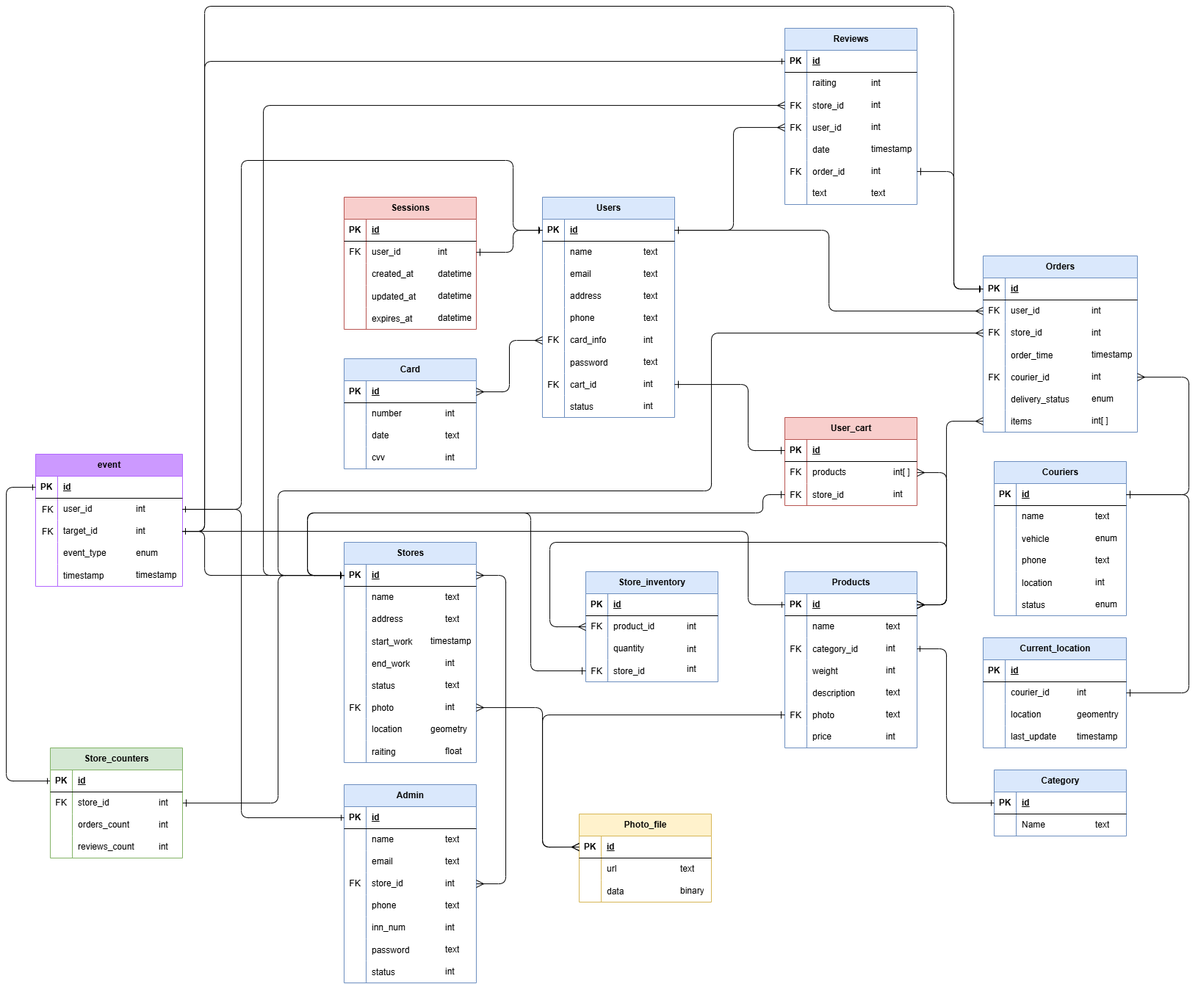
This is Логическая БД DZ5.png from Tovardas/TP_Highload_YandexEda, a draw.io export, as it was before one commit. Source tidied: cells renumbered, new cells last; positions are measured from the earlier drawing's top-left corner, leaving out a move shared by most shapes.
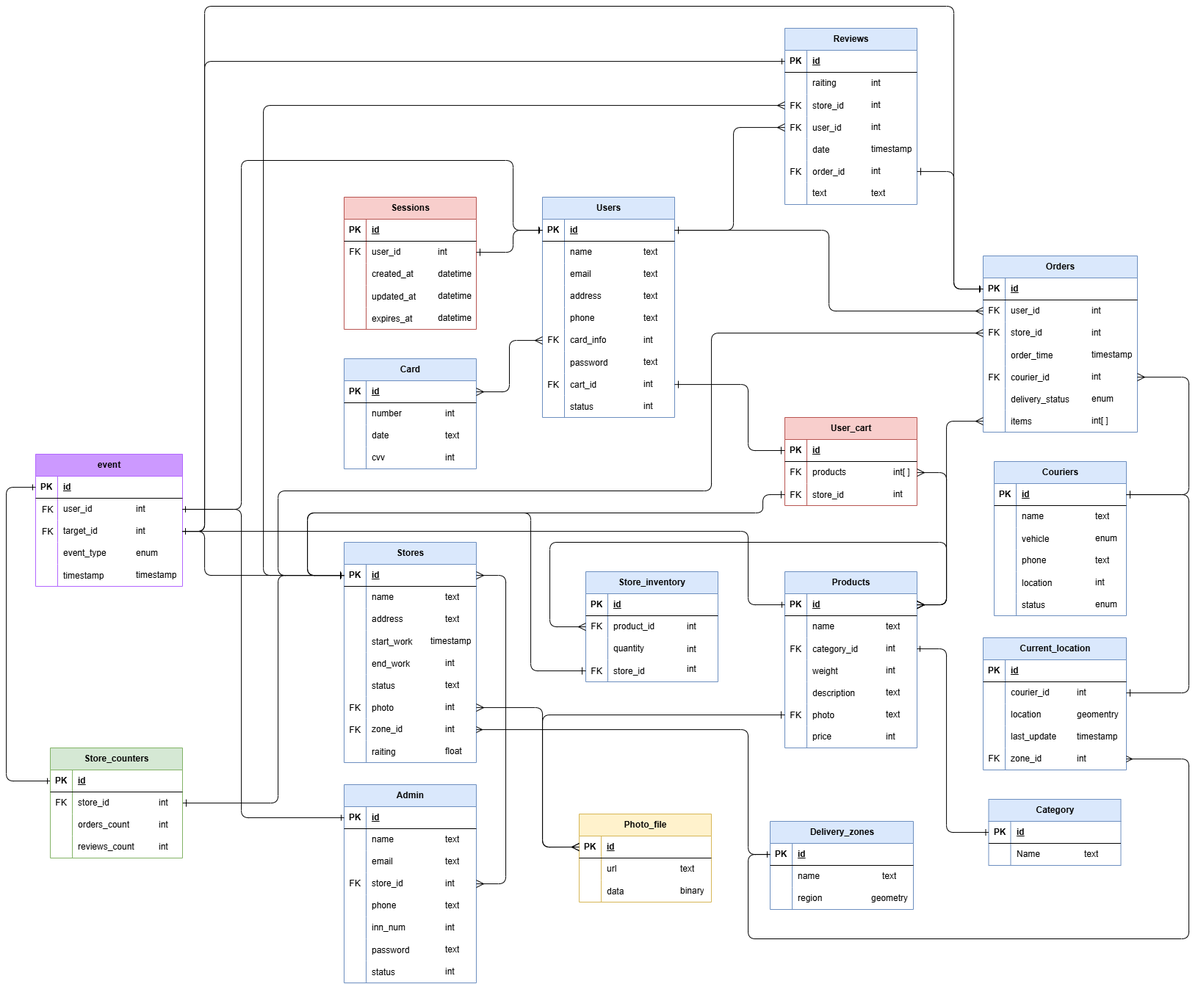
The same diagram one commit later.

The edit, as a diff of the source:
```diff
@@ -158,7 +158,7 @@
     <mxCell id="53" style="shape=partialRectangle;fillColor=none;top=0;left=0;bottom=0;right=0;fontStyle=0;overflow=hidden;whiteSpace=wrap;html=1;" parent="52" vertex="1">
       <mxGeometry width="30" height="30" as="geometry" />
     </mxCell>
-    <mxCell id="54" value="location" style="shape=partialRectangle;fillColor=none;top=0;left=0;bottom=0;right=0;align=left;spacingLeft=6;fontStyle=0;overflow=hidden;whiteSpace=wrap;html=1;" parent="52" vertex="1">
+    <mxCell id="54" value="zone_id" style="shape=partialRectangle;fillColor=none;top=0;left=0;bottom=0;right=0;align=left;spacingLeft=6;fontStyle=0;overflow=hidden;whiteSpace=wrap;html=1;" parent="52" vertex="1">
       <mxGeometry x="30" width="150" height="30" as="geometry" />
     </mxCell>
     <mxCell id="55" style="shape=tableRow;horizontal=0;startSize=0;swimlaneHead=0;swimlaneBody=0;fillColor=none;top=0;left=0;right=0;bottom=0;" parent="30" vertex="1">
@@ -610,7 +610,7 @@
       <mxGeometry relative="1" as="geometry" />
     </mxCell>
     <mxCell id="193" value="Current_location" style="shape=table;startSize=30;rowLines=0;fontStyle=1;align=center;html=1;fillColor=#dae8fc;strokeColor=#6c8ebf;" parent="1" vertex="1">
-      <mxGeometry x="1330" y="860" width="195" height="150" as="geometry" />
+      <mxGeometry x="1330" y="860" width="195" height="180" as="geometry" />
     </mxCell>
     <mxCell id="194" style="shape=tableRow;horizontal=0;startSize=0;swimlaneHead=0;swimlaneBody=0;fillColor=none;top=0;left=0;right=0;bottom=1;" parent="193" vertex="1">
       <mxGeometry y="30" width="195" height="30" as="geometry" />
@@ -648,6 +648,15 @@
     <mxCell id="205" value="last_update" style="shape=partialRectangle;fillColor=none;top=0;left=0;bottom=0;right=0;align=left;spacingLeft=6;overflow=hidden;whiteSpace=wrap;html=1;" parent="203" vertex="1">
       <mxGeometry x="30" width="165" height="30" as="geometry" />
     </mxCell>
+    <mxCell id="381" style="shape=tableRow;horizontal=0;startSize=0;swimlaneHead=0;swimlaneBody=0;fillColor=none;points=[[0,0.5],[1,0.5]];portConstraint=eastwest;top=0;left=0;right=0;bottom=0;" parent="193" vertex="1">
+      <mxGeometry y="150" width="195" height="30" as="geometry" />
+    </mxCell>
+    <mxCell id="382" value="FK" style="shape=partialRectangle;fillColor=none;top=0;left=0;bottom=0;right=0;fontStyle=0;overflow=hidden;whiteSpace=wrap;html=1;" parent="381" vertex="1">
+      <mxGeometry width="30" height="30" as="geometry" />
+    </mxCell>
+    <mxCell id="383" value="zone_id" style="shape=partialRectangle;fillColor=none;top=0;left=0;bottom=0;right=0;align=left;spacingLeft=6;fontStyle=0;overflow=hidden;whiteSpace=wrap;html=1;" parent="381" vertex="1">
+      <mxGeometry x="30" width="165" height="30" as="geometry" />
+    </mxCell>
     <mxCell id="206" value="Admin" style="shape=table;startSize=30;rowLines=0;fontStyle=1;align=center;html=1;fillColor=#dae8fc;strokeColor=#6c8ebf;" parent="1" vertex="1">
       <mxGeometry x="460" y="1060" width="180" height="270" as="geometry" />
     </mxCell>
@@ -740,7 +749,7 @@
       </mxGeometry>
     </mxCell>
     <mxCell id="233" value="Category" style="shape=table;startSize=30;rowLines=0;fontStyle=1;align=center;html=1;fillColor=#dae8fc;strokeColor=#6c8ebf;" parent="1" vertex="1">
-      <mxGeometry x="1345" y="1040" width="180" height="90" as="geometry" />
+      <mxGeometry x="1337.5" y="1080" width="180" height="90" as="geometry" />
     </mxCell>
     <mxCell id="234" style="shape=tableRow;horizontal=0;startSize=0;swimlaneHead=0;swimlaneBody=0;fillColor=none;points=[[0,0.5],[1,0.5]];portConstraint=eastwest;top=0;left=0;right=0;bottom=1;" parent="233" vertex="1">
       <mxGeometry y="30" width="180" height="30" as="geometry" />
@@ -764,7 +773,7 @@
       <mxGeometry relative="1" as="geometry">
         <Array as="points">
           <mxPoint x="1280" y="875" />
-          <mxPoint x="1280" y="1085" />
+          <mxPoint x="1280" y="1125" />
         </Array>
       </mxGeometry>
     </mxCell>
@@ -995,7 +1004,7 @@
       <mxGeometry x="1450" y="980" width="75" height="30" as="geometry" />
     </mxCell>
     <mxCell id="300" value="text" style="shape=partialRectangle;fillColor=none;top=0;left=0;bottom=0;right=0;align=left;spacingLeft=6;overflow=hidden;whiteSpace=wrap;html=1;" parent="1" vertex="1">
-      <mxGeometry x="1475" y="1100" width="50" height="30" as="geometry" />
+      <mxGeometry x="1460" y="1140" width="50" height="30" as="geometry" />
     </mxCell>
     <mxCell id="301" value="text" style="shape=partialRectangle;fillColor=none;top=0;left=0;bottom=0;right=0;align=left;spacingLeft=6;overflow=hidden;whiteSpace=wrap;html=1;" parent="1" vertex="1">
       <mxGeometry x="910" y="1160" width="40" height="30" as="geometry" />
@@ -1030,8 +1039,8 @@
     <mxCell id="311" value="text" style="shape=partialRectangle;fillColor=none;top=0;left=0;bottom=0;right=0;align=left;spacingLeft=6;overflow=hidden;whiteSpace=wrap;html=1;" parent="1" vertex="1">
       <mxGeometry x="590" y="790" width="50" height="30" as="geometry" />
     </mxCell>
-    <mxCell id="312" value="geometry" style="shape=partialRectangle;fillColor=none;top=0;left=0;bottom=0;right=0;align=left;spacingLeft=6;overflow=hidden;whiteSpace=wrap;html=1;" parent="1" vertex="1">
-      <mxGeometry x="570" y="970" width="70" height="30" as="geometry" />
+    <mxCell id="312" value="int" style="shape=partialRectangle;fillColor=none;top=0;left=0;bottom=0;right=0;align=left;spacingLeft=6;overflow=hidden;whiteSpace=wrap;html=1;" parent="1" vertex="1">
+      <mxGeometry x="590" y="970" width="50" height="30" as="geometry" />
     </mxCell>
     <mxCell id="313" value="text" style="shape=partialRectangle;fillColor=none;top=0;left=0;bottom=0;right=0;align=left;spacingLeft=6;overflow=hidden;whiteSpace=wrap;html=1;" parent="1" vertex="1">
       <mxGeometry x="860" y="320" width="50" height="30" as="geometry" />
@@ -1276,5 +1285,68 @@
         </Array>
       </mxGeometry>
     </mxCell>
+    <mxCell id="384" style="group;" parent="1" vertex="1">
+      <mxGeometry x="1040" y="1110" width="195" height="120" as="geometry" />
+    </mxCell>
+    <mxCell id="385" value="Delivery_zones" style="shape=table;startSize=30;rowLines=0;fontStyle=1;align=center;html=1;fillColor=#dae8fc;strokeColor=#6c8ebf;" parent="384" vertex="1">
+      <mxGeometry width="195" height="120" as="geometry" />
+    </mxCell>
+    <mxCell id="386" style="shape=tableRow;horizontal=0;startSize=0;swimlaneHead=0;swimlaneBody=0;fillColor=none;points=[[0,0.5],[1,0.5]];portConstraint=eastwest;top=0;left=0;right=0;bottom=1;" parent="385" vertex="1">
+      <mxGeometry y="30" width="195" height="30" as="geometry" />
+    </mxCell>
+    <mxCell id="387" value="PK" style="shape=partialRectangle;fillColor=none;top=0;left=0;bottom=0;right=0;fontStyle=1;overflow=hidden;whiteSpace=wrap;html=1;" parent="386" vertex="1">
+      <mxGeometry width="30" height="30" as="geometry" />
+    </mxCell>
+    <mxCell id="388" value="id" style="shape=partialRectangle;fillColor=none;top=0;left=0;bottom=0;right=0;align=left;spacingLeft=6;fontStyle=5;overflow=hidden;whiteSpace=wrap;html=1;" parent="386" vertex="1">
+      <mxGeometry x="30" width="165" height="30" as="geometry" />
+    </mxCell>
+    <mxCell id="389" style="shape=tableRow;horizontal=0;startSize=0;swimlaneHead=0;swimlaneBody=0;fillColor=none;top=0;left=0;right=0;bottom=0;" parent="385" vertex="1">
+      <mxGeometry y="60" width="195" height="30" as="geometry" />
+    </mxCell>
+    <mxCell id="390" style="shape=partialRectangle;fillColor=none;top=0;left=0;bottom=0;right=0;overflow=hidden;whiteSpace=wrap;html=1;" parent="389" vertex="1">
+      <mxGeometry width="30" height="30" as="geometry" />
+    </mxCell>
+    <mxCell id="391" value="name" style="shape=partialRectangle;fillColor=none;top=0;left=0;bottom=0;right=0;align=left;spacingLeft=6;overflow=hidden;whiteSpace=wrap;html=1;" parent="389" vertex="1">
+      <mxGeometry x="30" width="165" height="30" as="geometry" />
+    </mxCell>
+    <mxCell id="392" style="shape=tableRow;horizontal=0;startSize=0;swimlaneHead=0;swimlaneBody=0;fillColor=none;top=0;left=0;right=0;bottom=0;" parent="385" vertex="1">
+      <mxGeometry y="90" width="195" height="30" as="geometry" />
+    </mxCell>
+    <mxCell id="393" style="shape=partialRectangle;fillColor=none;top=0;left=0;bottom=0;right=0;overflow=hidden;whiteSpace=wrap;html=1;" parent="392" vertex="1">
+      <mxGeometry width="30" height="30" as="geometry" />
+    </mxCell>
+    <mxCell id="394" value="region" style="shape=partialRectangle;fillColor=none;top=0;left=0;bottom=0;right=0;align=left;spacingLeft=6;overflow=hidden;whiteSpace=wrap;html=1;" parent="392" vertex="1">
+      <mxGeometry x="30" width="165" height="30" as="geometry" />
+    </mxCell>
+    <mxCell id="395" value="text" style="shape=partialRectangle;fillColor=none;top=0;left=0;bottom=0;right=0;align=left;spacingLeft=6;overflow=hidden;whiteSpace=wrap;html=1;" parent="384" vertex="1">
+      <mxGeometry x="145" y="60" width="50" height="30" as="geometry" />
+    </mxCell>
+    <mxCell id="396" value="geometry" style="shape=partialRectangle;fillColor=none;top=0;left=0;bottom=0;right=0;align=left;spacingLeft=6;overflow=hidden;whiteSpace=wrap;html=1;" parent="384" vertex="1">
+      <mxGeometry x="130" y="90" width="65" height="30" as="geometry" />
+    </mxCell>
+    <mxCell id="397" style="edgeStyle=orthogonalEdgeStyle;rounded=1;jettySize=auto;html=1;curved=0;endArrow=ERone;endFill=0;startArrow=ERmany;startFill=0;" parent="1" edge="1" source="381" target="386">
+      <mxGeometry relative="1" as="geometry">
+        <Array as="points">
+          <mxPoint x="1610" y="1025" />
+          <mxPoint x="1610" y="1270" />
+          <mxPoint x="1010" y="1270" />
+          <mxPoint x="1010" y="1155" />
+        </Array>
+      </mxGeometry>
+    </mxCell>
+    <mxCell id="398" value="FK" style="shape=partialRectangle;fillColor=none;top=0;left=0;bottom=0;right=0;overflow=hidden;" parent="1" vertex="1">
+      <mxGeometry x="460" y="970" width="30" height="30" as="geometry" />
+    </mxCell>
+    <mxCell id="399" style="edgeStyle=orthogonalEdgeStyle;rounded=1;jettySize=auto;html=1;curved=0;endArrow=ERone;endFill=0;startArrow=ERmany;startFill=0;" parent="1" edge="1" source="52" target="386">
+      <mxGeometry relative="1" as="geometry">
+        <Array as="points">
+          <mxPoint x="1010" y="985" />
+          <mxPoint x="1010" y="1155" />
+        </Array>
+      </mxGeometry>
+    </mxCell>
+    <mxCell id="400" value="int" style="shape=partialRectangle;fillColor=none;top=0;left=0;bottom=0;right=0;align=left;spacingLeft=6;overflow=hidden;whiteSpace=wrap;html=1;" parent="1" vertex="1">
+      <mxGeometry x="1450" y="1010" width="75" height="30" as="geometry" />
+    </mxCell>
   </root>
 </mxGraphModel>
```
